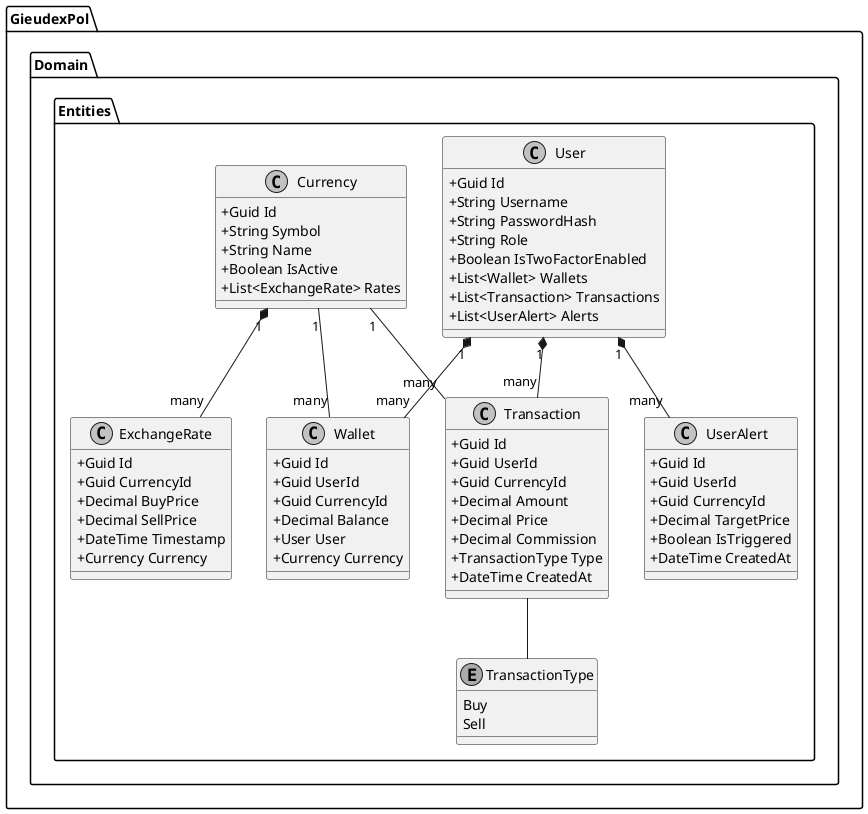
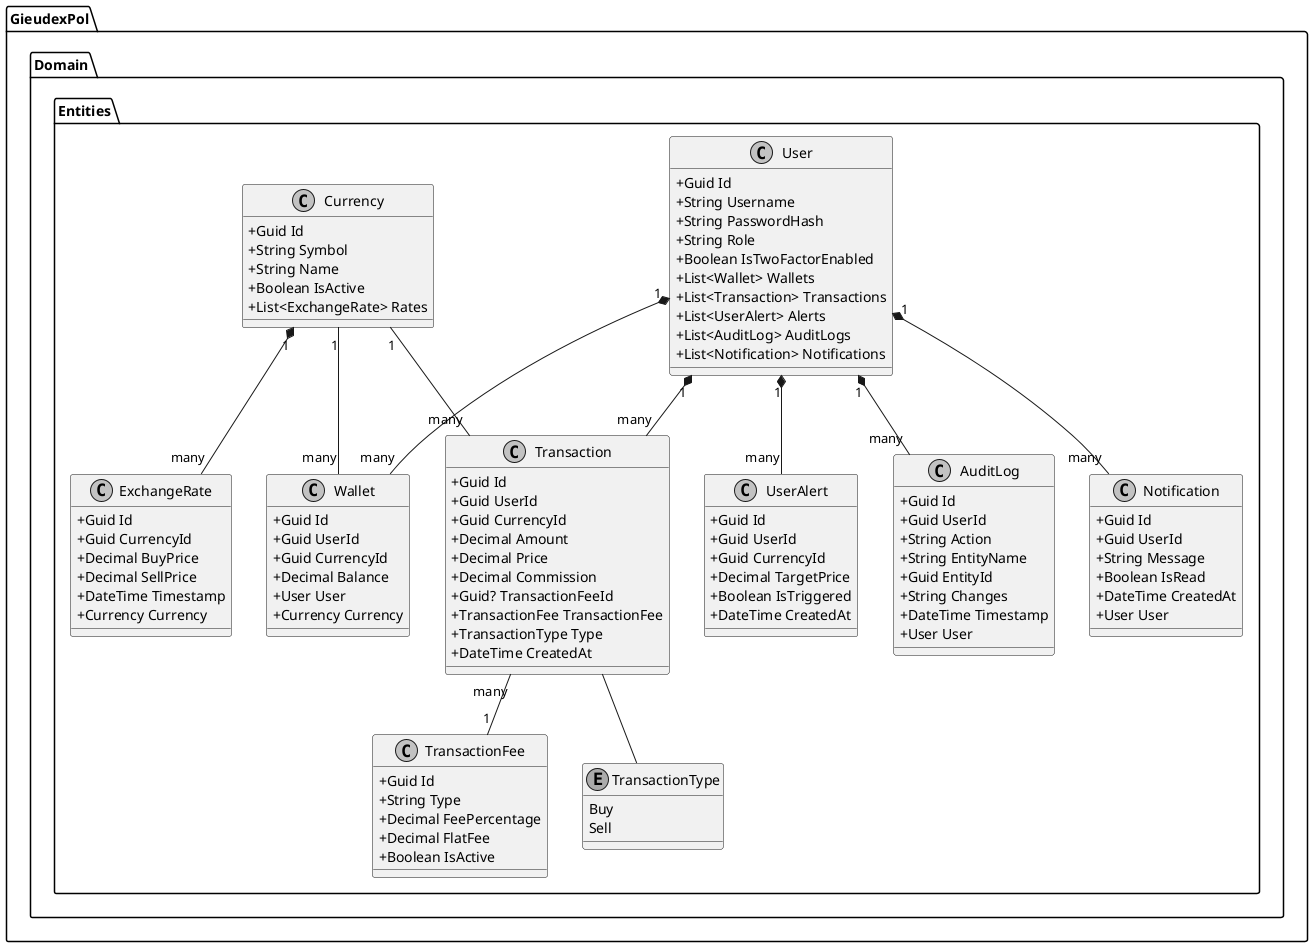
+ 
@startuml
skinparam classAttributeIconSize 0
skinparam monochrome true
skinparam shadowing false

package "GieudexPol.Domain.Entities" {

    class User {
        + Guid Id
        + String Username
        + String PasswordHash
        + String Role
        + Boolean IsTwoFactorEnabled
        + List<Wallet> Wallets
        + List<Transaction> Transactions
        + List<UserAlert> Alerts
+         + List<AuditLog> AuditLogs
+         + List<Notification> Notifications
    }

    class Wallet {
        + Guid Id
        + Guid UserId
        + Guid CurrencyId
        + Decimal Balance
        + User User
        + Currency Currency
    }

    class Currency {
        + Guid Id
        + String Symbol
        + String Name
        + Boolean IsActive
        + List<ExchangeRate> Rates
    }

    class ExchangeRate {
        + Guid Id
        + Guid CurrencyId
        + Decimal BuyPrice
        + Decimal SellPrice
        + DateTime Timestamp
        + Currency Currency
    }

    class Transaction {
        + Guid Id
        + Guid UserId
        + Guid CurrencyId
        + Decimal Amount
        + Decimal Price
        + Decimal Commission
+         + Guid? TransactionFeeId
+         + TransactionFee TransactionFee
        + TransactionType Type
        + DateTime CreatedAt
    }

    class UserAlert {
        + Guid Id
        + Guid UserId
        + Guid CurrencyId
        + Decimal TargetPrice
        + Boolean IsTriggered
        + DateTime CreatedAt
    }

+     class AuditLog {
+         + Guid Id
+         + Guid UserId
+         + String Action
+         + String EntityName
+         + Guid EntityId
+         + String Changes
+         + DateTime Timestamp
+         + User User
+     }
+ 
+     class Notification {
+         + Guid Id
+         + Guid UserId
+         + String Message
+         + Boolean IsRead
+         + DateTime CreatedAt
+         + User User
+     }
+ 
+     class TransactionFee {
+         + Guid Id
+         + String Type
+         + Decimal FeePercentage
+         + Decimal FlatFee
+         + Boolean IsActive
+     }
+ 
    enum TransactionType {
        Buy
        Sell
    }

    User "1" *-- "many" Wallet
    User "1" *-- "many" Transaction
    User "1" *-- "many" UserAlert
+     User "1" *-- "many" AuditLog
+     User "1" *-- "many" Notification
    Currency "1" *-- "many" ExchangeRate
    Currency "1" -- "many" Wallet
    Currency "1" -- "many" Transaction
+     Transaction "many" -- "1" TransactionFee
    Transaction -- TransactionType
}

- @enduml+ @enduml
